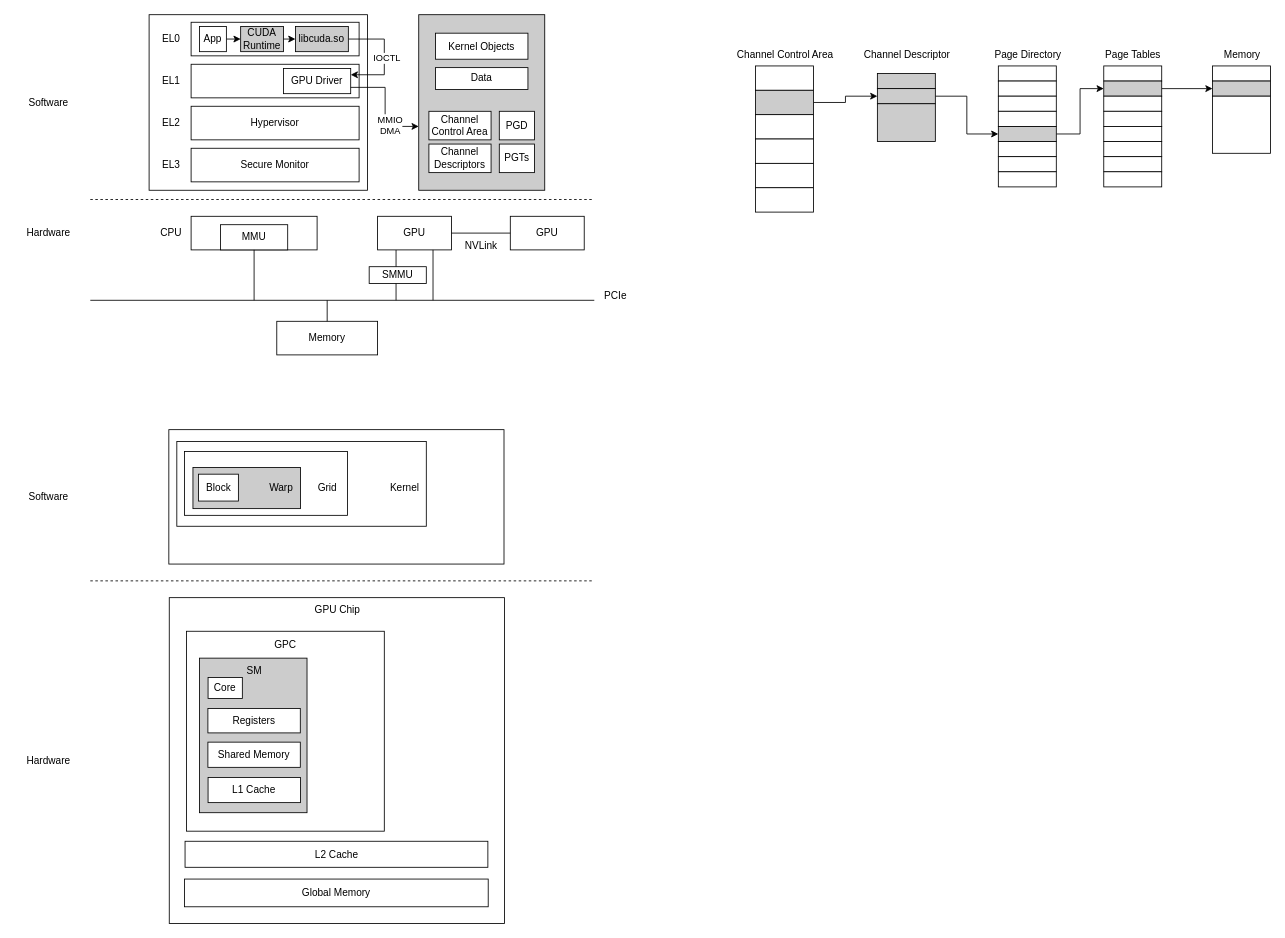
Before: gpu.drawio in qianfei11/draw.io, a draw.io diagram. Source tidied: cells renumbered, new cells numbered last; positions are measured from the earlier drawing's top-left corner, leaving out a move shared by most shapes. Both pictures are drawn from the tidied source at 84%, with x=0, y=0 at pixel (14, 14).
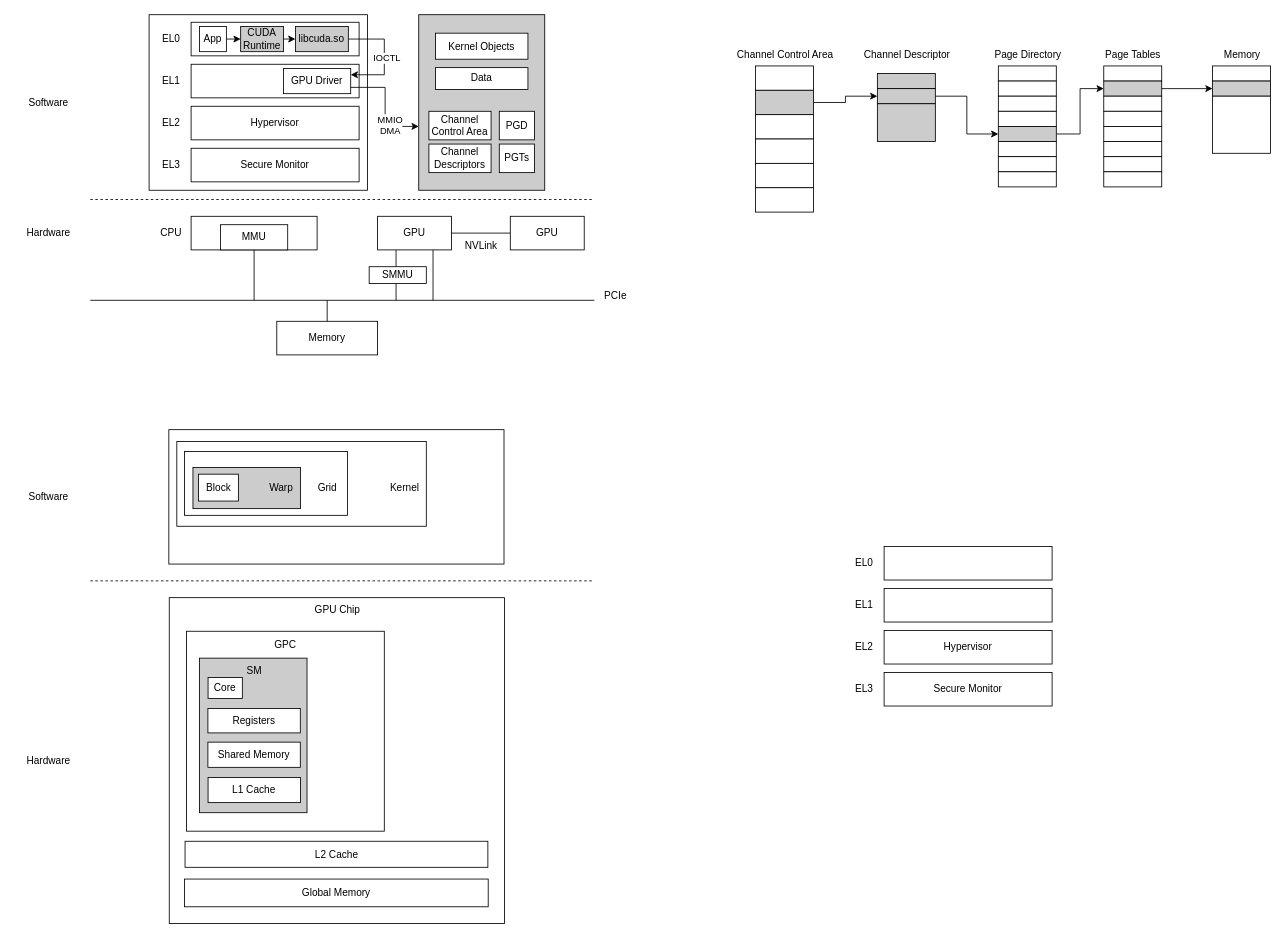
The same diagram, later.

Diff of the diagram source:
```diff
@@
+    <mxCell id="106" style="rounded=0;whiteSpace=wrap;html=1;" parent="1" vertex="1">
+      <mxGeometry x="1035" y="683" width="200" height="40" as="geometry" />
+    </mxCell>
+    <mxCell id="107" style="rounded=0;whiteSpace=wrap;html=1;" parent="1" vertex="1">
+      <mxGeometry x="1035" y="633" width="200" height="40" as="geometry" />
+    </mxCell>
+    <mxCell id="108" value="EL1" style="text;html=1;align=center;verticalAlign=middle;strokeColor=none;fillColor=none;rounded=0;" parent="1" vertex="1">
+      <mxGeometry x="991" y="688" width="40" height="30" as="geometry" />
+    </mxCell>
+    <mxCell id="109" value="EL0" style="text;html=1;align=center;verticalAlign=middle;strokeColor=none;fillColor=none;rounded=0;" parent="1" vertex="1">
+      <mxGeometry x="991" y="638" width="40" height="30" as="geometry" />
+    </mxCell>
+    <mxCell id="110" value="Hypervisor" style="rounded=0;whiteSpace=wrap;html=1;" parent="1" vertex="1">
+      <mxGeometry x="1035" y="733" width="200" height="40" as="geometry" />
+    </mxCell>
+    <mxCell id="111" value="Secure Monitor" style="rounded=0;whiteSpace=wrap;html=1;" parent="1" vertex="1">
+      <mxGeometry x="1035" y="783" width="200" height="40" as="geometry" />
+    </mxCell>
+    <mxCell id="112" value="EL2" style="text;html=1;align=center;verticalAlign=middle;strokeColor=none;fillColor=none;rounded=0;" parent="1" vertex="1">
+      <mxGeometry x="991" y="738" width="40" height="30" as="geometry" />
+    </mxCell>
+    <mxCell id="113" value="EL3" style="text;html=1;align=center;verticalAlign=middle;strokeColor=none;fillColor=none;rounded=0;" parent="1" vertex="1">
+      <mxGeometry x="991" y="788" width="40" height="30" as="geometry" />
+    </mxCell>
```
